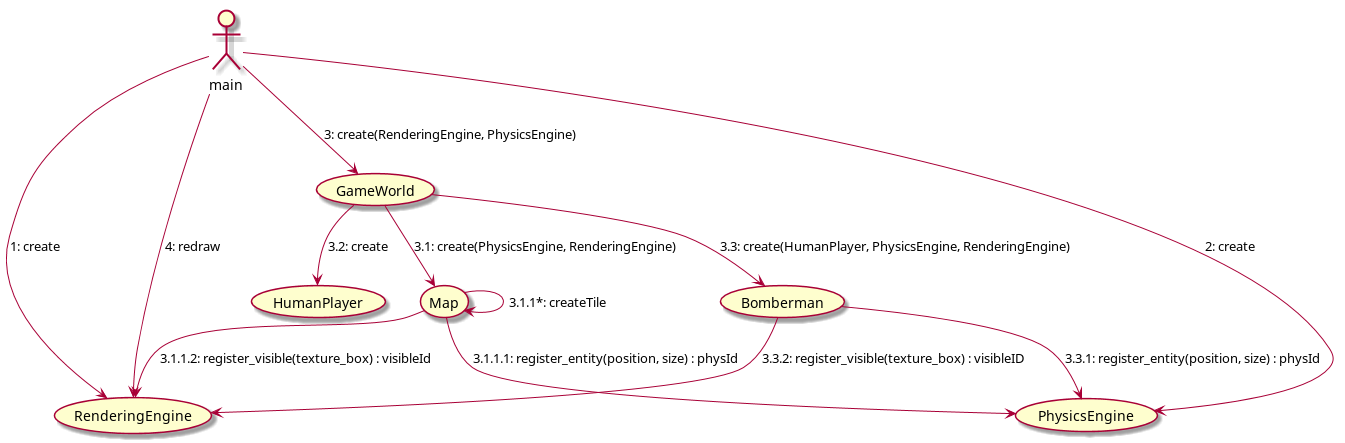
Earlier version of the PlantUML export docs/img/Communication_UC_1_1.png (NadzwyczajnaGrupaRobocza/bomberman). The source it was exported from:
```plantuml
@startuml

:main: --> (RenderingEngine) : "1: create"
:main: --> (PhysicsEngine) : "2: create"
:main: --> (GameWorld) : "3: create(RenderingEngine, PhysicsEngine)"
:main: --> (RenderingEngine) : "4: redraw"

(GameWorld) --> (Map) : "3.1: create(PhysicsEngine, RenderingEngine)"
(Map) --> (Map) : "3.1.1*: createTile"
(Map) --> (PhysicsEngine) : "3.1.1.1: register_entity(position, size) : physId"
(Map) --> (RenderingEngine) : "3.1.1.2: register_visible(texture_box) : visibleId"

(GameWorld) --> (HumanPlayer) : "3.2: create"
(GameWorld) --> (Bomberman) : "3.3: create(HumanPlayer, PhysicsEngine, RenderingEngine)"
(Bomberman) --> (PhysicsEngine) : "3.3.1: register_entity(position, size) : physId"
(Bomberman) --> (RenderingEngine) : "3.3.2: register_visible(texture_box) : visibleID"


@enduml
```
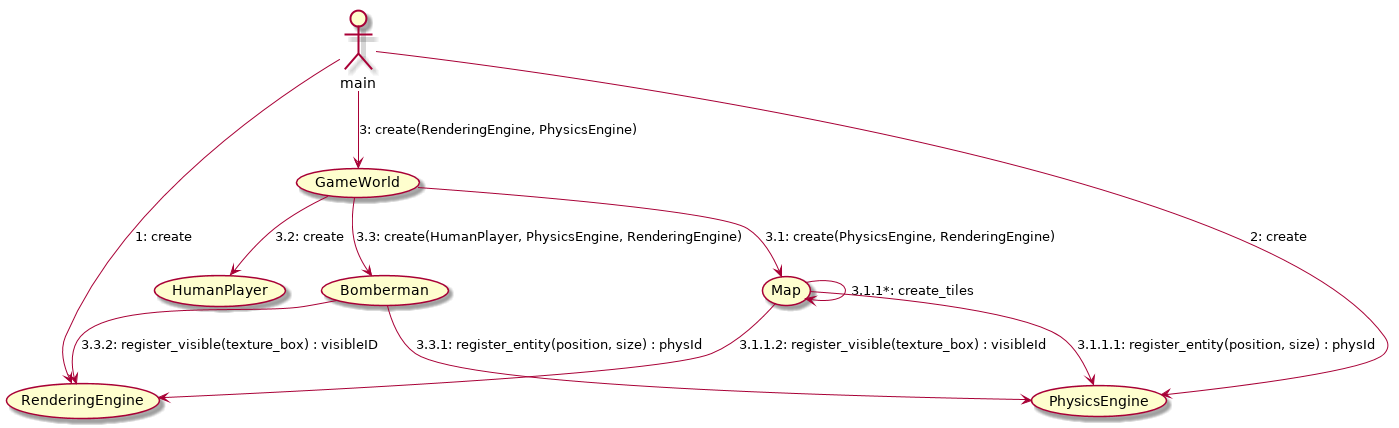
The same diagram one commit later.

The edit, as a diff of the source:
```diff
@@ -3,10 +3,9 @@
 :main: --> (RenderingEngine) : "1: create"
 :main: --> (PhysicsEngine) : "2: create"
 :main: --> (GameWorld) : "3: create(RenderingEngine, PhysicsEngine)"
-:main: --> (RenderingEngine) : "4: redraw"
 
 (GameWorld) --> (Map) : "3.1: create(PhysicsEngine, RenderingEngine)"
-(Map) --> (Map) : "3.1.1*: createTile"
+(Map) --> (Map) : "3.1.1*: create_tiles"
 (Map) --> (PhysicsEngine) : "3.1.1.1: register_entity(position, size) : physId"
 (Map) --> (RenderingEngine) : "3.1.1.2: register_visible(texture_box) : visibleId"
 
```
